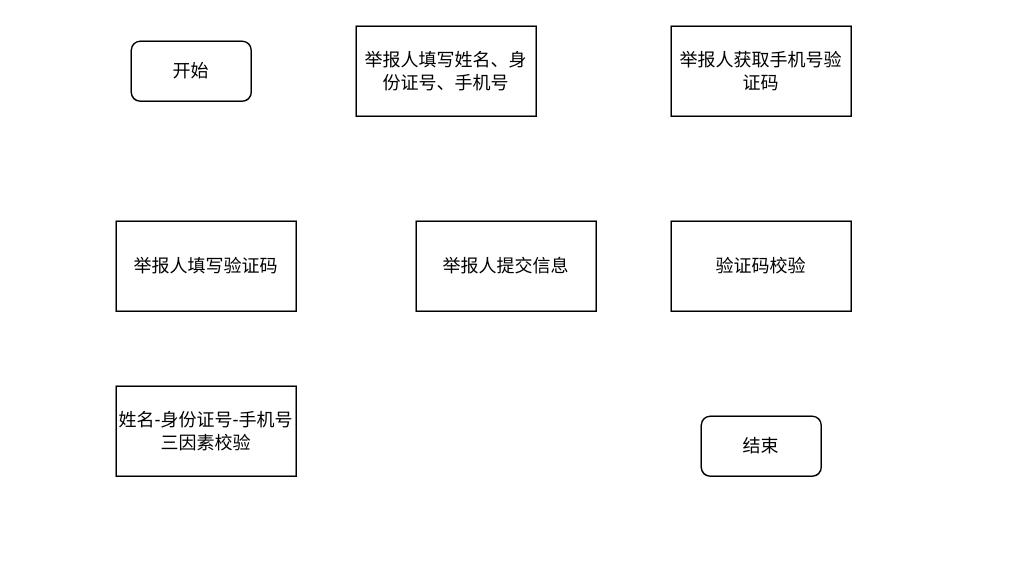
The draw.io diagram au.drawio in jiang-111/crispy-parakeet, before the edit. Source tidied: cells renumbered, new cells numbered last; positions are measured from the earlier drawing's top-left corner, leaving out a move shared by most shapes. Both pictures are drawn from the tidied source at 150%, with x=0, y=0 at pixel (116, 26).
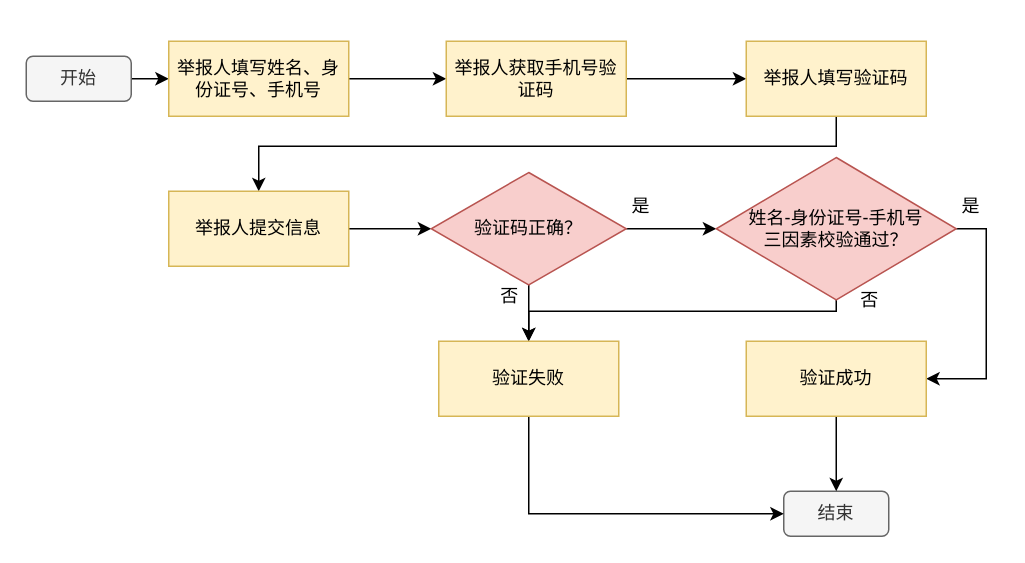
The same page after the edit.

What changed in the source:
```diff
@@
+    <mxCell id="10" style="edgeStyle=orthogonalEdgeStyle;rounded=0;jettySize=auto;html=1;" parent="1" edge="1" source="2" target="3">
+      <mxGeometry relative="1" as="geometry" />
+    </mxCell>
-    <mxCell id="2" value="开始" style="rounded=1;whiteSpace=wrap;html=1;" parent="1" vertex="1">
-      <mxGeometry x="10" y="10" width="80" height="40" as="geometry" />
+    <mxCell id="2" value="开始" style="rounded=1;whiteSpace=wrap;html=1;fillColor=#f5f5f5;fontColor=#333333;strokeColor=#666666;" parent="1" vertex="1">
+      <mxGeometry x="-60" y="20" width="70" height="30" as="geometry" />
     </mxCell>
+    <mxCell id="11" style="edgeStyle=orthogonalEdgeStyle;rounded=0;jettySize=auto;html=1;" parent="1" edge="1" source="3" target="4">
+      <mxGeometry relative="1" as="geometry" />
+    </mxCell>
-    <mxCell id="3" value="举报人填写姓名、身份证号、手机号" style="rounded=0;whiteSpace=wrap;html=1;" parent="1" vertex="1">
-      <mxGeometry x="160" width="120" height="60" as="geometry" />
+    <mxCell id="3" value="举报人填写姓名、身份证号、手机号" style="rounded=0;whiteSpace=wrap;html=1;fillColor=#fff2cc;strokeColor=#d6b656;" parent="1" vertex="1">
+      <mxGeometry x="35" y="10" width="120" height="50" as="geometry" />
     </mxCell>
+    <mxCell id="12" style="edgeStyle=orthogonalEdgeStyle;rounded=0;jettySize=auto;html=1;" parent="1" edge="1" source="4" target="5">
+      <mxGeometry relative="1" as="geometry">
+        <Array as="points">
+          <mxPoint x="420" y="30" />
+          <mxPoint x="420" y="30" />
+        </Array>
+      </mxGeometry>
+    </mxCell>
-    <mxCell id="4" value="举报人获取手机号验证码" style="rounded=0;whiteSpace=wrap;html=1;" parent="1" vertex="1">
-      <mxGeometry x="370" width="120" height="60" as="geometry" />
+    <mxCell id="4" value="举报人获取手机号验证码" style="rounded=0;whiteSpace=wrap;html=1;fillColor=#fff2cc;strokeColor=#d6b656;" parent="1" vertex="1">
+      <mxGeometry x="220" y="10" width="120" height="50" as="geometry" />
     </mxCell>
+    <mxCell id="13" style="edgeStyle=orthogonalEdgeStyle;rounded=0;jettySize=auto;html=1;" parent="1" edge="1" source="5" target="6">
+      <mxGeometry relative="1" as="geometry">
+        <Array as="points">
+          <mxPoint x="480" y="80" />
+          <mxPoint x="95" y="80" />
+        </Array>
+      </mxGeometry>
+    </mxCell>
-    <mxCell id="5" value="举报人填写验证码" style="rounded=0;whiteSpace=wrap;html=1;" parent="1" vertex="1">
-      <mxGeometry y="130" width="120" height="60" as="geometry" />
+    <mxCell id="5" value="举报人填写验证码" style="rounded=0;whiteSpace=wrap;html=1;fillColor=#fff2cc;strokeColor=#d6b656;" parent="1" vertex="1">
+      <mxGeometry x="420" y="10" width="120" height="50" as="geometry" />
     </mxCell>
+    <mxCell id="14" style="edgeStyle=orthogonalEdgeStyle;rounded=0;jettySize=auto;html=1;" parent="1" edge="1" source="6" target="17">
+      <mxGeometry relative="1" as="geometry" />
+    </mxCell>
-    <mxCell id="6" value="举报人提交信息" style="rounded=0;whiteSpace=wrap;html=1;" parent="1" vertex="1">
-      <mxGeometry x="200" y="130" width="120" height="60" as="geometry" />
+    <mxCell id="6" value="举报人提交信息" style="rounded=0;whiteSpace=wrap;html=1;fillColor=#fff2cc;strokeColor=#d6b656;" parent="1" vertex="1">
+      <mxGeometry x="35" y="110" width="120" height="50" as="geometry" />
     </mxCell>
-    <mxCell id="7" value="验证码校验" style="rounded=0;whiteSpace=wrap;html=1;" parent="1" vertex="1">
-      <mxGeometry x="370" y="130" width="120" height="60" as="geometry" />
-    </mxCell>
-    <mxCell id="8" value="姓名-身份证号-手机号三因素校验" style="rounded=0;whiteSpace=wrap;html=1;" parent="1" vertex="1">
-      <mxGeometry y="240" width="120" height="60" as="geometry" />
-    </mxCell>
-    <mxCell id="9" value="结束" style="rounded=1;whiteSpace=wrap;html=1;" parent="1" vertex="1">
-      <mxGeometry x="390" y="260" width="80" height="40" as="geometry" />
+    <mxCell id="9" value="结束" style="rounded=1;whiteSpace=wrap;html=1;fillColor=#f5f5f5;fontColor=#333333;strokeColor=#666666;" parent="1" vertex="1">
+      <mxGeometry x="445" y="310" width="70" height="30" as="geometry" />
     </mxCell>
+    <mxCell id="15" style="edgeStyle=orthogonalEdgeStyle;rounded=0;jettySize=auto;html=1;" parent="1" edge="1" source="17" target="20">
+      <mxGeometry relative="1" as="geometry" />
+    </mxCell>
+    <mxCell id="16" style="edgeStyle=orthogonalEdgeStyle;rounded=0;jettySize=auto;html=1;" parent="1" edge="1" source="17" target="22">
+      <mxGeometry relative="1" as="geometry" />
+    </mxCell>
+    <mxCell id="17" value="验证码正确？" style="rhombus;whiteSpace=wrap;html=1;fillColor=#f8cecc;strokeColor=#b85450;" parent="1" vertex="1">
+      <mxGeometry x="210" y="97.5" width="130" height="75" as="geometry" />
+    </mxCell>
+    <mxCell id="18" style="edgeStyle=orthogonalEdgeStyle;rounded=0;jettySize=auto;html=1;entryX=0.5;entryY=0;entryDx=0;entryDy=0;" parent="1" edge="1" source="20" target="22">
+      <mxGeometry relative="1" as="geometry">
+        <Array as="points">
+          <mxPoint x="480" y="190" />
+          <mxPoint x="275" y="190" />
+        </Array>
+      </mxGeometry>
+    </mxCell>
+    <mxCell id="19" style="edgeStyle=orthogonalEdgeStyle;rounded=0;jettySize=auto;html=1;entryX=1;entryY=0.5;entryDx=0;entryDy=0;" parent="1" edge="1" source="20" target="24">
+      <mxGeometry relative="1" as="geometry">
+        <Array as="points">
+          <mxPoint x="580" y="135" />
+          <mxPoint x="580" y="235" />
+        </Array>
+      </mxGeometry>
+    </mxCell>
+    <mxCell id="20" value="&lt;span style=&quot;&quot;&gt;姓名-身份证号-手机号&lt;br&gt;三因素校验通过？&lt;/span&gt;" style="rhombus;whiteSpace=wrap;html=1;fillColor=#f8cecc;strokeColor=#b85450;" parent="1" vertex="1">
+      <mxGeometry x="400" y="87.5" width="160" height="95" as="geometry" />
+    </mxCell>
+    <mxCell id="21" style="edgeStyle=orthogonalEdgeStyle;rounded=0;jettySize=auto;html=1;entryX=0;entryY=0.5;entryDx=0;entryDy=0;" parent="1" edge="1" source="22" target="9">
+      <mxGeometry relative="1" as="geometry">
+        <Array as="points">
+          <mxPoint x="275" y="325" />
+        </Array>
+      </mxGeometry>
+    </mxCell>
+    <mxCell id="22" value="验证失败" style="rounded=0;whiteSpace=wrap;html=1;fillColor=#fff2cc;strokeColor=#d6b656;" parent="1" vertex="1">
+      <mxGeometry x="215" y="210" width="120" height="50" as="geometry" />
+    </mxCell>
+    <mxCell id="23" style="edgeStyle=orthogonalEdgeStyle;rounded=0;jettySize=auto;html=1;" parent="1" edge="1" source="24" target="9">
+      <mxGeometry relative="1" as="geometry" />
+    </mxCell>
+    <mxCell id="24" value="验证成功" style="rounded=0;whiteSpace=wrap;html=1;fillColor=#fff2cc;strokeColor=#d6b656;" parent="1" vertex="1">
+      <mxGeometry x="420" y="210" width="120" height="50" as="geometry" />
+    </mxCell>
+    <mxCell id="25" style="edgeStyle=orthogonalEdgeStyle;rounded=0;orthogonalLoop=1;jettySize=auto;html=1;exitX=0.5;exitY=1;exitDx=0;exitDy=0;" parent="1" edge="1" source="22" target="22">
+      <mxGeometry relative="1" as="geometry" />
+    </mxCell>
+    <mxCell id="26" value="否" style="text;html=1;strokeColor=none;fillColor=none;align=center;verticalAlign=middle;whiteSpace=wrap;rounded=0;" parent="1" vertex="1">
+      <mxGeometry x="250" y="170" width="25" height="20" as="geometry" />
+    </mxCell>
+    <mxCell id="27" value="否" style="text;html=1;strokeColor=none;fillColor=none;align=center;verticalAlign=middle;whiteSpace=wrap;rounded=0;" parent="1" vertex="1">
+      <mxGeometry x="490" y="172.5" width="25" height="20" as="geometry" />
+    </mxCell>
+    <mxCell id="28" value="是" style="text;html=1;strokeColor=none;fillColor=none;align=center;verticalAlign=middle;whiteSpace=wrap;rounded=0;" parent="1" vertex="1">
+      <mxGeometry x="340" y="110" width="20" height="20" as="geometry" />
+    </mxCell>
+    <mxCell id="29" value="是" style="text;html=1;strokeColor=none;fillColor=none;align=center;verticalAlign=middle;whiteSpace=wrap;rounded=0;" parent="1" vertex="1">
+      <mxGeometry x="560" y="110" width="20" height="20" as="geometry" />
+    </mxCell>
```
